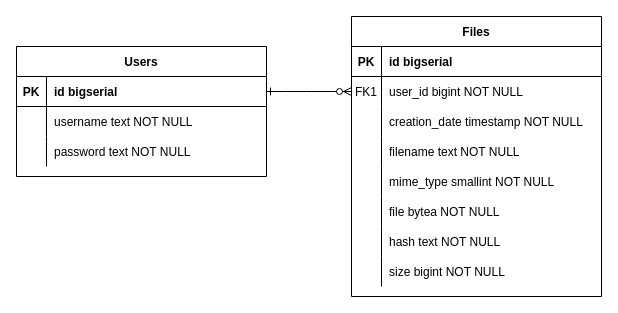
The draw.io diagram server/doc/erd.drawio in matipatapon/PhotoSync, before the edit. Source tidied: cells renumbered, new cells numbered last; positions are measured from the earlier drawing's top-left corner, leaving out a move shared by most shapes. Both pictures are drawn from the tidied source at 100%, with x=0, y=0 at pixel (16, 16).
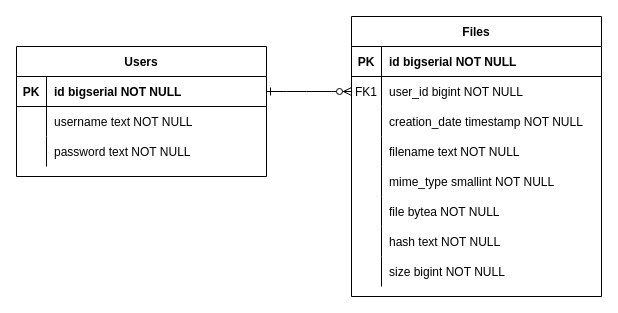
After the change.

Commit message:
[SERVER] Added "NOT NULL" for primary keys in ERD

Unchanged cells that the change refers to:
```xml
<mxCell id="4" style="shape=partialRectangle;fillColor=none;top=0;left=0;right=0;bottom=1;" parent="3" vertex="1">
  <mxGeometry y="30" width="250" height="30" as="geometry" />
</mxCell>
<mxCell id="29" style="shape=partialRectangle;fillColor=none;points=[[0,0.5],[1,0.5]];portConstraint=eastwest;top=0;left=0;right=0;bottom=1;" parent="28" vertex="1">
  <mxGeometry y="30" width="250" height="30" as="geometry" />
</mxCell>
```

The edit, as a diff of the source:
```diff
@@
-    <mxCell id="6" value="id bigserial" style="shape=partialRectangle;overflow=hidden;fillColor=none;top=0;left=0;bottom=0;right=0;align=left;spacingLeft=6;fontStyle=1;" parent="4" vertex="1">
+    <mxCell id="6" value="id bigserial NOT NULL" style="shape=partialRectangle;overflow=hidden;fillColor=none;top=0;left=0;bottom=0;right=0;align=left;spacingLeft=6;fontStyle=1;" parent="4" vertex="1">
       <mxGeometry x="30" width="220" height="30" as="geometry" />
     </mxCell>
@@
-    <mxCell id="31" value="id bigserial" style="shape=partialRectangle;overflow=hidden;fillColor=none;top=0;left=0;bottom=0;right=0;align=left;spacingLeft=6;fontStyle=1;" parent="29" vertex="1">
+    <mxCell id="31" value="id bigserial NOT NULL" style="shape=partialRectangle;overflow=hidden;fillColor=none;top=0;left=0;bottom=0;right=0;align=left;spacingLeft=6;fontStyle=1;" parent="29" vertex="1">
       <mxGeometry x="30" width="220" height="30" as="geometry" />
     </mxCell>
```
